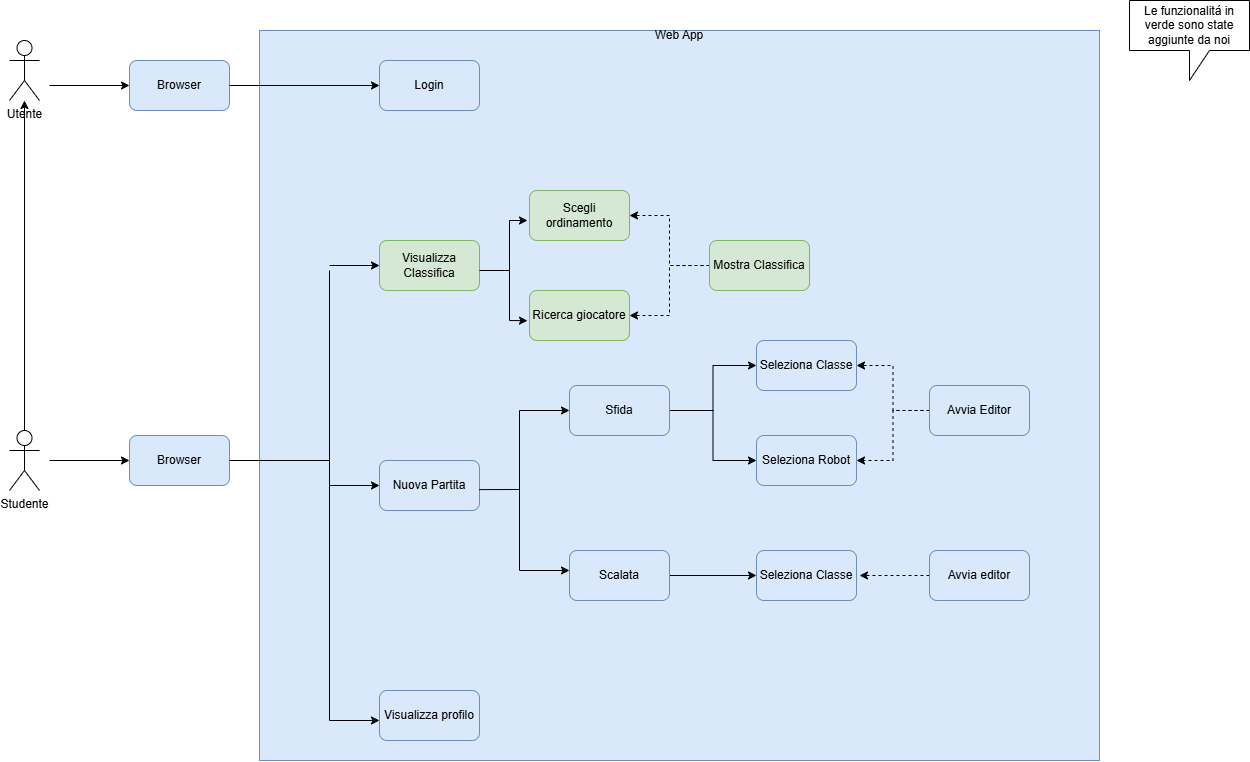
Testing-Game-SAD-2023/A13 keeps this draw.io diagram as Documentazione_2024/Documentazione_T56_R2_B1/immagini/chapter3/ConextDiag.png. Above is the earlier version. Source tidied: cells renumbered, new cells last; positions are measured from the earlier drawing's top-left corner, leaving out a move shared by most shapes. Its diagram source:
```xml
<mxGraphModel>
  <root>
    <mxCell id="0" />
    <mxCell id="1" parent="0" />
    <mxCell id="2" value="Utente" style="shape=umlActor;verticalLabelPosition=bottom;verticalAlign=top;html=1;outlineConnect=0;" parent="1" vertex="1">
      <mxGeometry y="40" width="30" height="60" as="geometry" />
    </mxCell>
    <mxCell id="3" style="edgeStyle=orthogonalEdgeStyle;rounded=0;jettySize=auto;html=1;" parent="1" edge="1" source="4" target="2">
      <mxGeometry relative="1" as="geometry" />
    </mxCell>
    <mxCell id="4" value="Studente" style="shape=umlActor;verticalLabelPosition=bottom;verticalAlign=top;html=1;outlineConnect=0;" parent="1" vertex="1">
      <mxGeometry y="430" width="30" height="60" as="geometry" />
    </mxCell>
    <mxCell id="5" style="rounded=0;whiteSpace=wrap;html=1;fillColor=#dae8fc;strokeColor=#6c8ebf;" parent="1" vertex="1">
      <mxGeometry x="250" y="30" width="840" height="730" as="geometry" />
    </mxCell>
    <mxCell id="6" value="Browser" style="rounded=1;whiteSpace=wrap;html=1;fillColor=#dae8fc;strokeColor=#6c8ebf;" parent="1" vertex="1">
      <mxGeometry x="120" y="60" width="100" height="50" as="geometry" />
    </mxCell>
    <mxCell id="7" style="endArrow=classic;html=1;rounded=0;entryX=0;entryY=0.5;entryDx=0;entryDy=0;" parent="1" edge="1" target="6">
      <mxGeometry relative="1" as="geometry">
        <mxPoint x="40" y="85" as="sourcePoint" />
      </mxGeometry>
    </mxCell>
    <mxCell id="8" value="Login" style="rounded=1;whiteSpace=wrap;html=1;fillColor=#dae8fc;strokeColor=#6c8ebf;" parent="1" vertex="1">
      <mxGeometry x="370" y="60" width="100" height="50" as="geometry" />
    </mxCell>
    <mxCell id="9" style="endArrow=classic;html=1;rounded=0;entryX=0;entryY=0.5;entryDx=0;entryDy=0;" parent="1" edge="1" source="6" target="8">
      <mxGeometry relative="1" as="geometry" />
    </mxCell>
    <mxCell id="10" value="Browser" style="rounded=1;whiteSpace=wrap;html=1;fillColor=#dae8fc;strokeColor=#6c8ebf;" parent="1" vertex="1">
      <mxGeometry x="120" y="435" width="100" height="50" as="geometry" />
    </mxCell>
    <mxCell id="11" style="endArrow=classic;html=1;rounded=0;entryX=0;entryY=0.5;entryDx=0;entryDy=0;" parent="1" edge="1" target="10">
      <mxGeometry relative="1" as="geometry">
        <mxPoint x="40" y="460" as="sourcePoint" />
      </mxGeometry>
    </mxCell>
    <mxCell id="12" value="Visualizza Classifica" style="rounded=1;whiteSpace=wrap;html=1;fillColor=#d5e8d4;strokeColor=#82b366;" parent="1" vertex="1">
      <mxGeometry x="370" y="240" width="100" height="50" as="geometry" />
    </mxCell>
    <mxCell id="13" value="Nuova Partita" style="rounded=1;whiteSpace=wrap;html=1;fillColor=#dae8fc;strokeColor=#6c8ebf;" parent="1" vertex="1">
      <mxGeometry x="370" y="460" width="100" height="50" as="geometry" />
    </mxCell>
    <mxCell id="14" value="Visualizza profilo" style="rounded=1;whiteSpace=wrap;html=1;fillColor=#dae8fc;strokeColor=#6c8ebf;" parent="1" vertex="1">
      <mxGeometry x="370" y="690" width="100" height="50" as="geometry" />
    </mxCell>
    <mxCell id="15" style="endArrow=none;html=1;rounded=0;exitX=1;exitY=0.5;exitDx=0;exitDy=0;" parent="1" edge="1" source="10">
      <mxGeometry relative="1" as="geometry">
        <mxPoint x="320" y="460" as="targetPoint" />
      </mxGeometry>
    </mxCell>
    <mxCell id="16" style="endArrow=none;html=1;rounded=0;" parent="1" edge="1">
      <mxGeometry relative="1" as="geometry">
        <mxPoint x="320" y="720" as="sourcePoint" />
        <mxPoint x="320" y="270" as="targetPoint" />
      </mxGeometry>
    </mxCell>
    <mxCell id="17" style="endArrow=classic;html=1;rounded=0;entryX=0;entryY=0.5;entryDx=0;entryDy=0;" parent="1" edge="1" target="12">
      <mxGeometry relative="1" as="geometry">
        <mxPoint x="320" y="265" as="sourcePoint" />
      </mxGeometry>
    </mxCell>
    <mxCell id="18" style="endArrow=classic;html=1;rounded=0;entryX=0;entryY=0.5;entryDx=0;entryDy=0;" parent="1" edge="1" target="13">
      <mxGeometry relative="1" as="geometry">
        <mxPoint x="320" y="485" as="sourcePoint" />
      </mxGeometry>
    </mxCell>
    <mxCell id="19" style="endArrow=classic;html=1;rounded=0;entryX=0;entryY=0.5;entryDx=0;entryDy=0;" parent="1" edge="1">
      <mxGeometry relative="1" as="geometry">
        <mxPoint x="320" y="720" as="sourcePoint" />
        <mxPoint x="370" y="720" as="targetPoint" />
      </mxGeometry>
    </mxCell>
    <mxCell id="20" style="endArrow=none;html=1;rounded=0;exitX=0.996;exitY=0.582;exitDx=0;exitDy=0;exitPerimeter=0;" parent="1" edge="1" source="13">
      <mxGeometry relative="1" as="geometry">
        <mxPoint x="510" y="489" as="targetPoint" />
      </mxGeometry>
    </mxCell>
    <mxCell id="21" style="endArrow=none;html=1;rounded=0;" parent="1" edge="1">
      <mxGeometry relative="1" as="geometry">
        <mxPoint x="510" y="570" as="sourcePoint" />
        <mxPoint x="510" y="410" as="targetPoint" />
      </mxGeometry>
    </mxCell>
    <mxCell id="22" style="endArrow=classic;html=1;rounded=0;" parent="1" edge="1">
      <mxGeometry relative="1" as="geometry">
        <mxPoint x="510" y="410" as="sourcePoint" />
        <mxPoint x="560" y="410" as="targetPoint" />
      </mxGeometry>
    </mxCell>
    <mxCell id="23" style="endArrow=classic;html=1;rounded=0;" parent="1" edge="1">
      <mxGeometry relative="1" as="geometry">
        <mxPoint x="510" y="570" as="sourcePoint" />
        <mxPoint x="560" y="570" as="targetPoint" />
      </mxGeometry>
    </mxCell>
    <mxCell id="24" style="edgeStyle=orthogonalEdgeStyle;rounded=0;jettySize=auto;html=1;" parent="1" edge="1" source="26" target="29">
      <mxGeometry relative="1" as="geometry" />
    </mxCell>
    <mxCell id="25" style="edgeStyle=orthogonalEdgeStyle;rounded=0;jettySize=auto;html=1;entryX=0;entryY=0.5;entryDx=0;entryDy=0;" parent="1" edge="1" source="26" target="30">
      <mxGeometry relative="1" as="geometry" />
    </mxCell>
    <mxCell id="26" value="Sfida" style="rounded=1;whiteSpace=wrap;html=1;fillColor=#dae8fc;strokeColor=#6c8ebf;" parent="1" vertex="1">
      <mxGeometry x="560" y="385" width="100" height="50" as="geometry" />
    </mxCell>
    <mxCell id="27" style="edgeStyle=orthogonalEdgeStyle;rounded=0;jettySize=auto;html=1;" parent="1" edge="1" source="28" target="34">
      <mxGeometry relative="1" as="geometry" />
    </mxCell>
    <mxCell id="28" value="Scalata" style="rounded=1;whiteSpace=wrap;html=1;fillColor=#dae8fc;strokeColor=#6c8ebf;" parent="1" vertex="1">
      <mxGeometry x="560" y="550" width="100" height="50" as="geometry" />
    </mxCell>
    <mxCell id="29" value="Seleziona Classe" style="rounded=1;whiteSpace=wrap;html=1;fillColor=#dae8fc;strokeColor=#6c8ebf;" parent="1" vertex="1">
      <mxGeometry x="747" y="340" width="100" height="50" as="geometry" />
    </mxCell>
    <mxCell id="30" value="Seleziona Robot" style="rounded=1;whiteSpace=wrap;html=1;fillColor=#dae8fc;strokeColor=#6c8ebf;" parent="1" vertex="1">
      <mxGeometry x="747" y="435" width="100" height="50" as="geometry" />
    </mxCell>
    <mxCell id="31" style="edgeStyle=orthogonalEdgeStyle;rounded=0;jettySize=auto;html=1;dashed=1;" parent="1" edge="1" source="33" target="29">
      <mxGeometry relative="1" as="geometry" />
    </mxCell>
    <mxCell id="32" style="edgeStyle=orthogonalEdgeStyle;rounded=0;jettySize=auto;html=1;entryX=1;entryY=0.5;entryDx=0;entryDy=0;dashed=1;" parent="1" edge="1" source="33" target="30">
      <mxGeometry relative="1" as="geometry" />
    </mxCell>
    <mxCell id="33" value="Avvia Editor" style="rounded=1;whiteSpace=wrap;html=1;fillColor=#dae8fc;strokeColor=#6c8ebf;" parent="1" vertex="1">
      <mxGeometry x="920" y="385" width="100" height="50" as="geometry" />
    </mxCell>
    <mxCell id="34" value="Seleziona Classe" style="rounded=1;whiteSpace=wrap;html=1;fillColor=#dae8fc;strokeColor=#6c8ebf;" parent="1" vertex="1">
      <mxGeometry x="747" y="550" width="100" height="50" as="geometry" />
    </mxCell>
    <mxCell id="35" style="edgeStyle=orthogonalEdgeStyle;rounded=0;jettySize=auto;html=1;dashed=1;" parent="1" edge="1" source="36">
      <mxGeometry relative="1" as="geometry">
        <mxPoint x="850" y="575" as="targetPoint" />
      </mxGeometry>
    </mxCell>
    <mxCell id="36" value="Avvia editor" style="rounded=1;whiteSpace=wrap;html=1;fillColor=#dae8fc;strokeColor=#6c8ebf;" parent="1" vertex="1">
      <mxGeometry x="920" y="550" width="100" height="50" as="geometry" />
    </mxCell>
    <mxCell id="37" value="Scegli ordinamento" style="rounded=1;whiteSpace=wrap;html=1;fillColor=#d5e8d4;strokeColor=#82b366;" parent="1" vertex="1">
      <mxGeometry x="520" y="190" width="100" height="50" as="geometry" />
    </mxCell>
    <mxCell id="38" value="Ricerca giocatore" style="rounded=1;whiteSpace=wrap;html=1;fillColor=#d5e8d4;strokeColor=#82b366;" parent="1" vertex="1">
      <mxGeometry x="520" y="290" width="100" height="50" as="geometry" />
    </mxCell>
    <mxCell id="39" value="Web App" style="text;html=1;align=center;verticalAlign=middle;whiteSpace=wrap;rounded=0;" parent="1" vertex="1">
      <mxGeometry x="600" y="20" width="140" height="30" as="geometry" />
    </mxCell>
    <mxCell id="40" style="endArrow=none;html=1;rounded=0;exitX=0.996;exitY=0.582;exitDx=0;exitDy=0;exitPerimeter=0;" parent="1" edge="1">
      <mxGeometry relative="1" as="geometry">
        <mxPoint x="470" y="270" as="sourcePoint" />
        <mxPoint x="500" y="270" as="targetPoint" />
      </mxGeometry>
    </mxCell>
    <mxCell id="41" style="endArrow=none;html=1;rounded=0;" parent="1" edge="1">
      <mxGeometry relative="1" as="geometry">
        <mxPoint x="500" y="320" as="sourcePoint" />
        <mxPoint x="500" y="220" as="targetPoint" />
      </mxGeometry>
    </mxCell>
    <mxCell id="42" style="endArrow=classic;html=1;rounded=0;entryX=-0.02;entryY=0.604;entryDx=0;entryDy=0;entryPerimeter=0;" parent="1" edge="1" target="38">
      <mxGeometry relative="1" as="geometry">
        <mxPoint x="500" y="320" as="sourcePoint" />
      </mxGeometry>
    </mxCell>
    <mxCell id="43" style="endArrow=classic;html=1;rounded=0;entryX=-0.02;entryY=0.604;entryDx=0;entryDy=0;entryPerimeter=0;" parent="1" edge="1">
      <mxGeometry relative="1" as="geometry">
        <mxPoint x="500" y="220" as="sourcePoint" />
        <mxPoint x="518" y="220" as="targetPoint" />
      </mxGeometry>
    </mxCell>
    <mxCell id="44" value="Le funzionalitá in verde sono state aggiunte da noi" style="shape=callout;whiteSpace=wrap;html=1;perimeter=calloutPerimeter;" parent="1" vertex="1">
      <mxGeometry x="1120" width="120" height="80" as="geometry" />
    </mxCell>
    <mxCell id="45" style="edgeStyle=orthogonalEdgeStyle;rounded=0;jettySize=auto;html=1;dashed=1;" parent="1" edge="1" source="47" target="37">
      <mxGeometry relative="1" as="geometry" />
    </mxCell>
    <mxCell id="46" style="edgeStyle=orthogonalEdgeStyle;rounded=0;jettySize=auto;html=1;entryX=1;entryY=0.5;entryDx=0;entryDy=0;dashed=1;" parent="1" edge="1" source="47" target="38">
      <mxGeometry relative="1" as="geometry" />
    </mxCell>
    <mxCell id="47" value="Mostra Classifica" style="rounded=1;whiteSpace=wrap;html=1;fillColor=#d5e8d4;strokeColor=#82b366;" parent="1" vertex="1">
      <mxGeometry x="700" y="240" width="100" height="50" as="geometry" />
    </mxCell>
  </root>
</mxGraphModel>
```
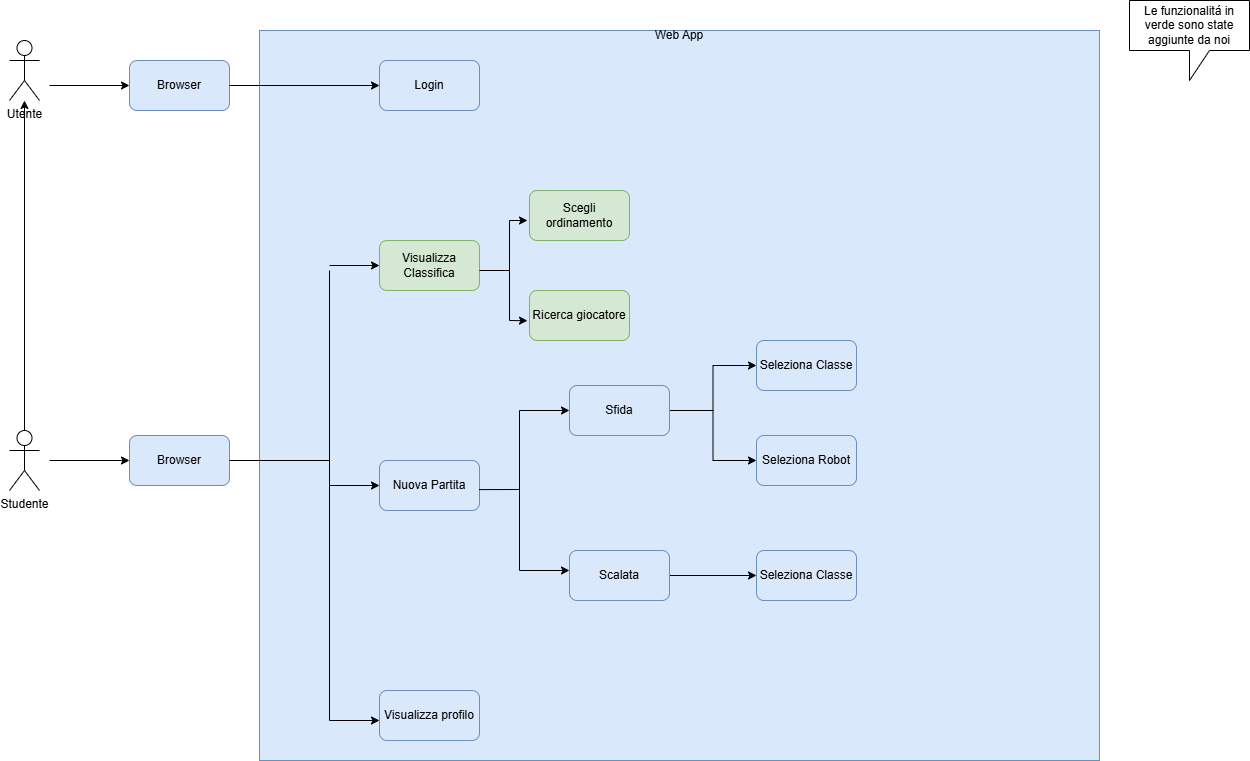
The same diagram one commit later.

What changed in the source:
```diff
@@ -116,26 +116,9 @@
     <mxCell id="30" value="Seleziona Robot" style="rounded=1;whiteSpace=wrap;html=1;fillColor=#dae8fc;strokeColor=#6c8ebf;" parent="1" vertex="1">
       <mxGeometry x="747" y="435" width="100" height="50" as="geometry" />
     </mxCell>
-    <mxCell id="31" style="edgeStyle=orthogonalEdgeStyle;rounded=0;jettySize=auto;html=1;dashed=1;" parent="1" edge="1" source="33" target="29">
-      <mxGeometry relative="1" as="geometry" />
-    </mxCell>
-    <mxCell id="32" style="edgeStyle=orthogonalEdgeStyle;rounded=0;jettySize=auto;html=1;entryX=1;entryY=0.5;entryDx=0;entryDy=0;dashed=1;" parent="1" edge="1" source="33" target="30">
-      <mxGeometry relative="1" as="geometry" />
-    </mxCell>
-    <mxCell id="33" value="Avvia Editor" style="rounded=1;whiteSpace=wrap;html=1;fillColor=#dae8fc;strokeColor=#6c8ebf;" parent="1" vertex="1">
-      <mxGeometry x="920" y="385" width="100" height="50" as="geometry" />
-    </mxCell>
     <mxCell id="34" value="Seleziona Classe" style="rounded=1;whiteSpace=wrap;html=1;fillColor=#dae8fc;strokeColor=#6c8ebf;" parent="1" vertex="1">
       <mxGeometry x="747" y="550" width="100" height="50" as="geometry" />
     </mxCell>
-    <mxCell id="35" style="edgeStyle=orthogonalEdgeStyle;rounded=0;jettySize=auto;html=1;dashed=1;" parent="1" edge="1" source="36">
-      <mxGeometry relative="1" as="geometry">
-        <mxPoint x="850" y="575" as="targetPoint" />
-      </mxGeometry>
-    </mxCell>
-    <mxCell id="36" value="Avvia editor" style="rounded=1;whiteSpace=wrap;html=1;fillColor=#dae8fc;strokeColor=#6c8ebf;" parent="1" vertex="1">
-      <mxGeometry x="920" y="550" width="100" height="50" as="geometry" />
-    </mxCell>
     <mxCell id="37" value="Scegli ordinamento" style="rounded=1;whiteSpace=wrap;html=1;fillColor=#d5e8d4;strokeColor=#82b366;" parent="1" vertex="1">
       <mxGeometry x="520" y="190" width="100" height="50" as="geometry" />
     </mxCell>
@@ -171,14 +154,5 @@
     <mxCell id="44" value="Le funzionalitá in verde sono state aggiunte da noi" style="shape=callout;whiteSpace=wrap;html=1;perimeter=calloutPerimeter;" parent="1" vertex="1">
       <mxGeometry x="1120" width="120" height="80" as="geometry" />
     </mxCell>
-    <mxCell id="45" style="edgeStyle=orthogonalEdgeStyle;rounded=0;jettySize=auto;html=1;dashed=1;" parent="1" edge="1" source="47" target="37">
-      <mxGeometry relative="1" as="geometry" />
-    </mxCell>
-    <mxCell id="46" style="edgeStyle=orthogonalEdgeStyle;rounded=0;jettySize=auto;html=1;entryX=1;entryY=0.5;entryDx=0;entryDy=0;dashed=1;" parent="1" edge="1" source="47" target="38">
-      <mxGeometry relative="1" as="geometry" />
-    </mxCell>
-    <mxCell id="47" value="Mostra Classifica" style="rounded=1;whiteSpace=wrap;html=1;fillColor=#d5e8d4;strokeColor=#82b366;" parent="1" vertex="1">
-      <mxGeometry x="700" y="240" width="100" height="50" as="geometry" />
-    </mxCell>
   </root>
 </mxGraphModel>
```
